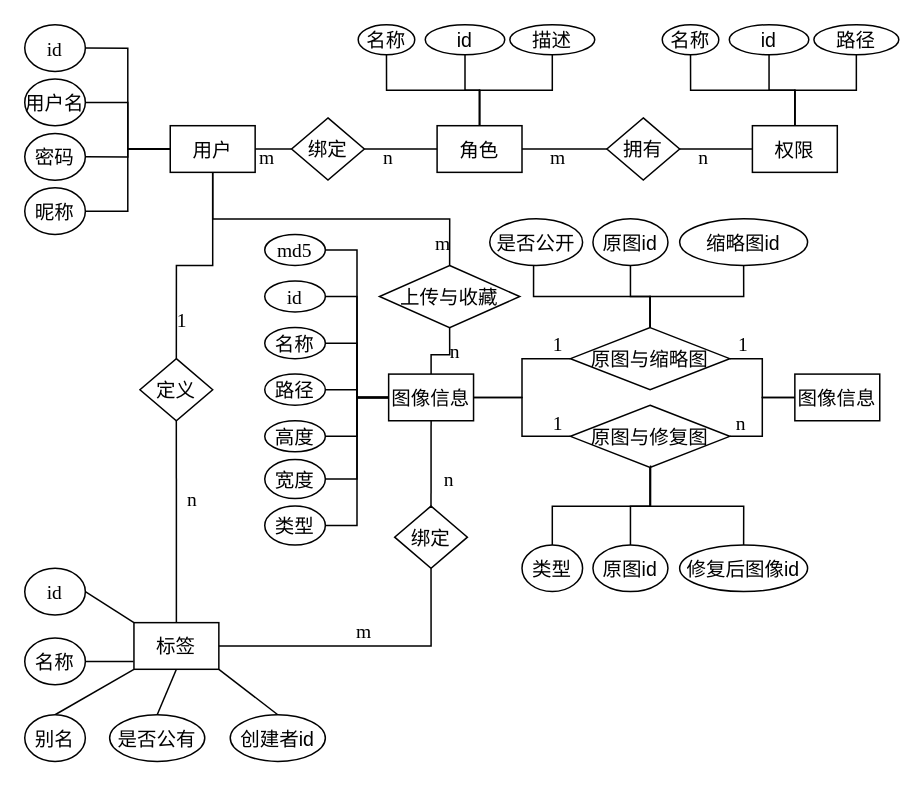
This is 数据表ER图.drawio from LiSoulSpace/GitBook, a draw.io file, before an edit. Source tidied: cells renumbered, new cells numbered last; positions are measured from the earlier drawing's top-left corner, leaving out a move shared by most shapes. Both pictures are drawn from the tidied source at 150%, with x=0, y=0 at pixel (24, 24).
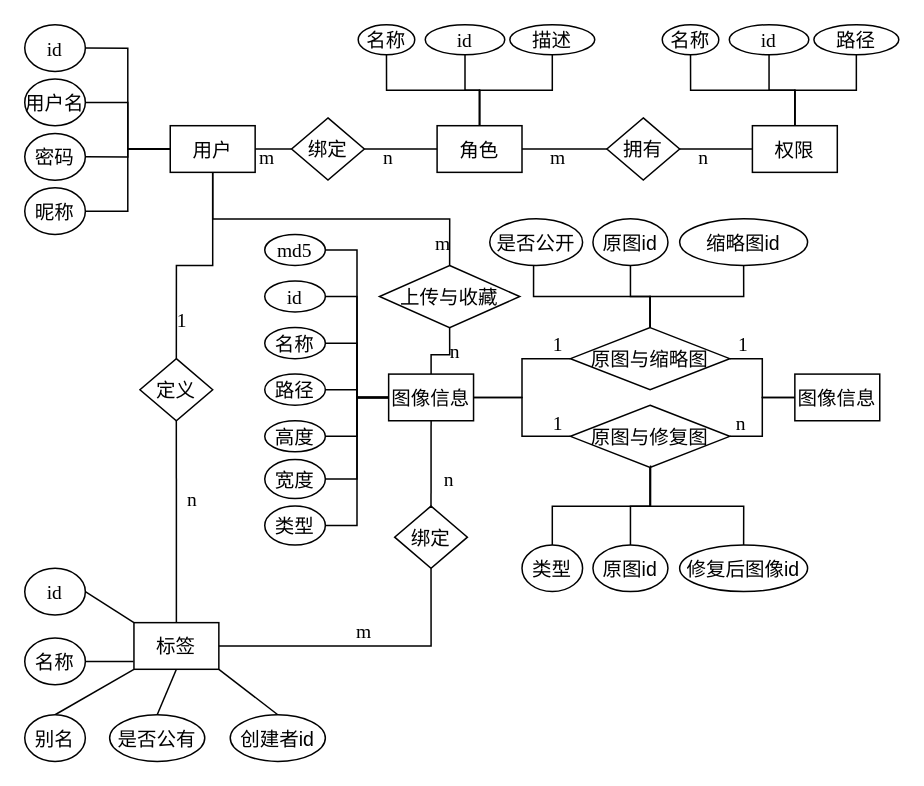
The same page after the edit.

Commit message (it also covers changes not shown here):
更新数据表ER图.drawio

What changed in the source:
```diff
@@
-    <mxCell id="90" value="id" style="ellipse;fontFamily=宋体;fontSize=13;fontColor=default;" parent="1" vertex="1">
+    <mxCell id="90" value="id" style="ellipse;fontFamily=Times New Roman;fontSize=13;fontColor=default;" parent="1" vertex="1">
       <mxGeometry x="267" width="53" height="20" as="geometry" />
     </mxCell>
@@
-    <mxCell id="93" value="id" style="ellipse;fontFamily=宋体;fontSize=13;fontColor=default;" parent="1" vertex="1">
+    <mxCell id="93" value="id" style="ellipse;fontFamily=Times New Roman;fontSize=13;fontColor=default;" parent="1" vertex="1">
       <mxGeometry x="469.7" width="53" height="20" as="geometry" />
     </mxCell>
```
